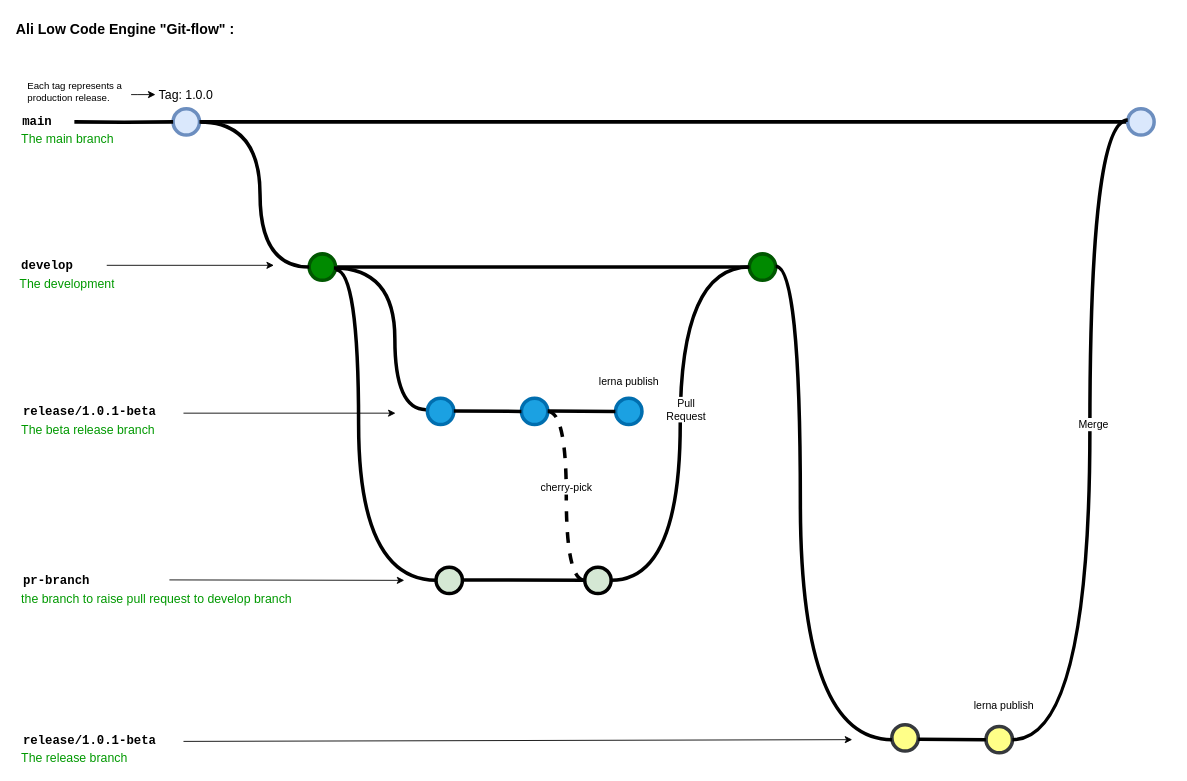
The draw.io diagram ali-lowcode-engine-git-flow.drawio in Zsynuting/diagram, before the edit. Source tidied: cells renumbered, new cells numbered last; positions are measured from the earlier drawing's top-left corner, leaving out a move shared by most shapes. Both pictures are drawn from the tidied source at 88%, with x=0, y=0 at pixel (14, 15).
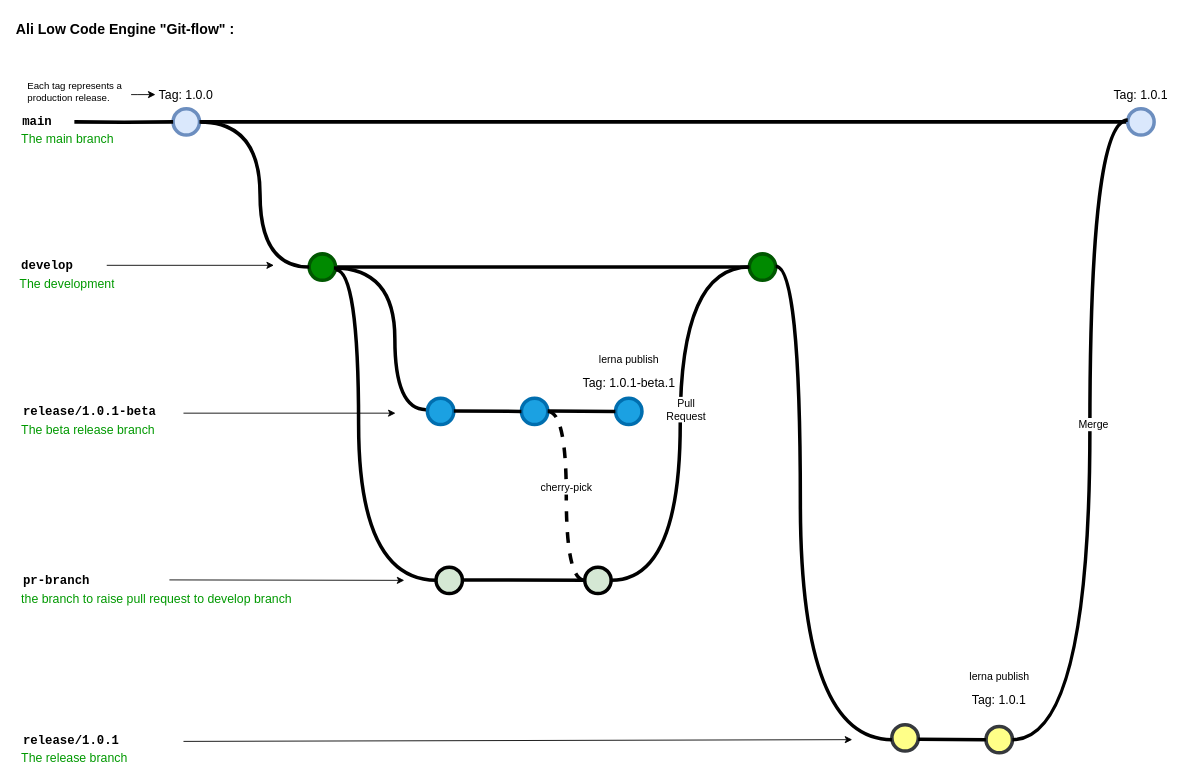
The same page after the edit.

What changed in the source:
```diff
@@
-    <mxCell id="35" value="lerna publish" style="text;strokeColor=none;align=center;fillColor=none;html=1;verticalAlign=middle;whiteSpace=wrap;rounded=0;" parent="1" vertex="1">
-      <mxGeometry x="658.5" y="401" width="79" height="30" as="geometry" />
-    </mxCell>
-    <mxCell id="36" value="release/1.0.1-beta" style="text;html=1;strokeColor=none;fillColor=none;align=left;verticalAlign=middle;whiteSpace=wrap;overflow=hidden;fontSize=14;fontStyle=1;fontFamily=Courier New;" parent="1" vertex="1">
+    <mxCell id="36" value="release/1.0.1" style="text;html=1;strokeColor=none;fillColor=none;align=left;verticalAlign=middle;whiteSpace=wrap;overflow=hidden;fontSize=14;fontStyle=1;fontFamily=Courier New;" parent="1" vertex="1">
       <mxGeometry x="8.2" y="813" width="240" height="20" as="geometry" />
     </mxCell>
@@
     <mxCell id="47" value="lerna publish" style="text;strokeColor=none;align=center;fillColor=none;html=1;verticalAlign=middle;whiteSpace=wrap;rounded=0;" parent="1" vertex="1">
-      <mxGeometry x="1085" y="770" width="79" height="30" as="geometry" />
+      <mxGeometry x="1079.5" y="737" width="79" height="30" as="geometry" />
     </mxCell>
@@
+    <mxCell id="50" value="Tag: 1.0.1" style="text;html=1;strokeColor=none;fillColor=none;align=center;verticalAlign=middle;whiteSpace=wrap;overflow=hidden;fontSize=14;" parent="1" vertex="1">
+      <mxGeometry x="1084" y="767" width="70" height="20" as="geometry" />
+    </mxCell>
+    <mxCell id="51" value="Tag: 1.0.1" style="text;html=1;strokeColor=none;fillColor=none;align=center;verticalAlign=middle;whiteSpace=wrap;overflow=hidden;fontSize=14;" parent="1" vertex="1">
+      <mxGeometry x="1245" y="80" width="70" height="20" as="geometry" />
+    </mxCell>
+    <mxCell id="35" value="lerna publish" style="text;strokeColor=none;align=center;fillColor=none;html=1;verticalAlign=middle;whiteSpace=wrap;rounded=0;" parent="1" vertex="1">
+      <mxGeometry x="658.5" y="377" width="79" height="30" as="geometry" />
+    </mxCell>
+    <mxCell id="52" value="Tag: 1.0.1-beta.1" style="text;html=1;strokeColor=none;fillColor=none;align=center;verticalAlign=middle;whiteSpace=wrap;overflow=hidden;fontSize=14;" parent="1" vertex="1">
+      <mxGeometry x="639.5" y="407" width="117" height="20" as="geometry" />
+    </mxCell>
```
